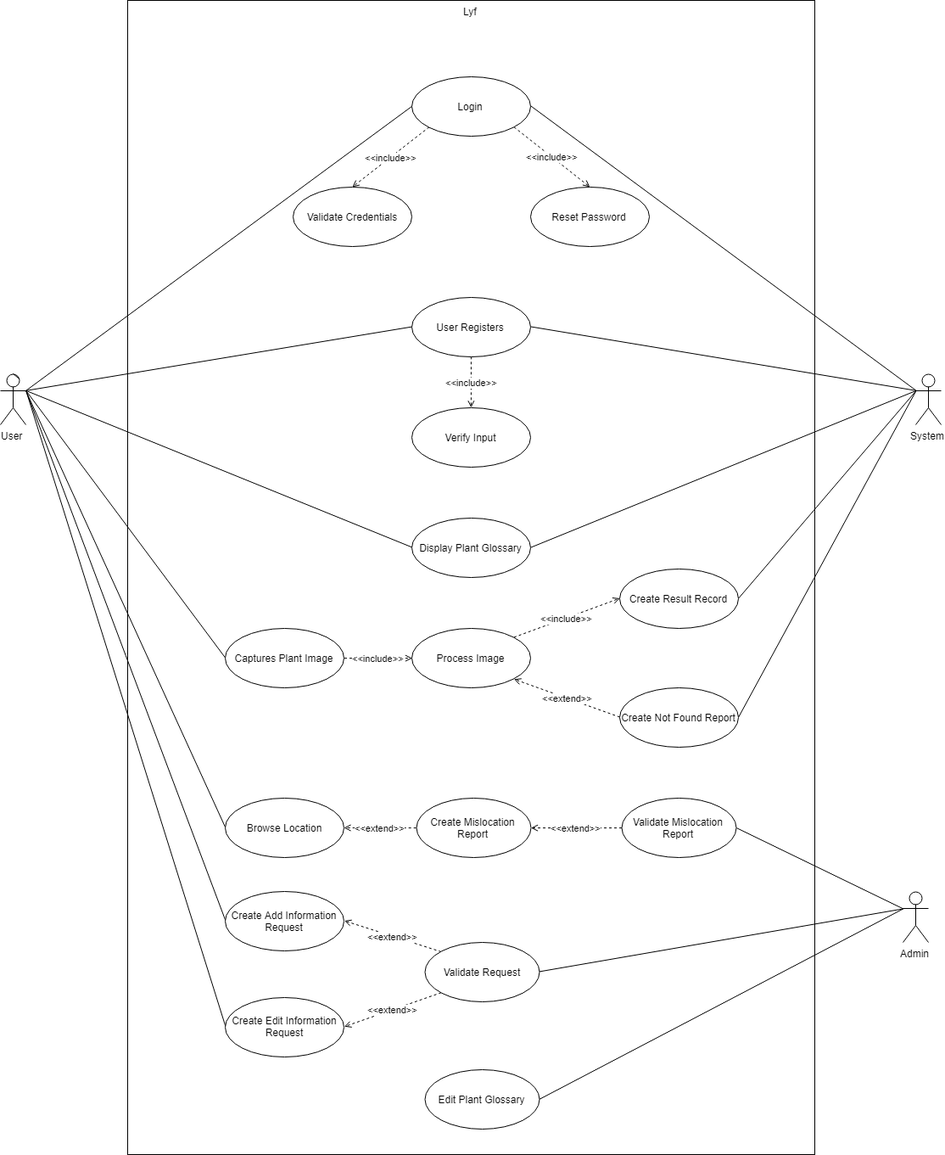
Earlier version of the draw.io export Documentations/Diagrams (Midterms)/Use Case Diagram/Use Case Diagram.png (seans888/project--lyf). Source tidied: cells renumbered, new cells last; positions are measured from the earlier drawing's top-left corner, leaving out a move shared by most shapes.
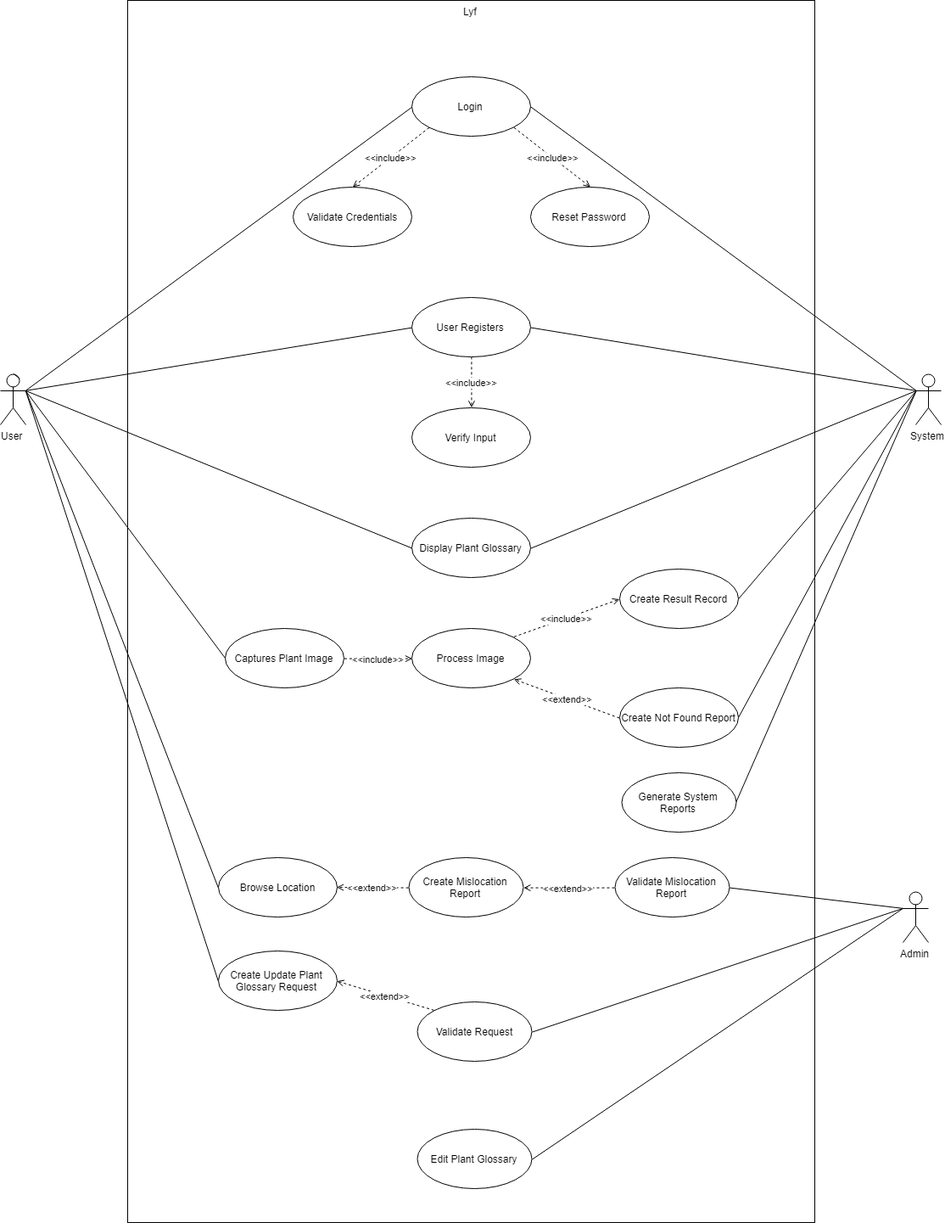
Later version of the same file.

Commit message:
generate report added

What changed in the source:
```diff
@@ -3,7 +3,7 @@
     <mxCell id="0" />
     <mxCell id="1" parent="0" />
     <mxCell id="2" value="Lyf" style="html=1;verticalAlign=top;" parent="1" vertex="1">
-      <mxGeometry x="150" width="810" height="1360" as="geometry" />
+      <mxGeometry x="150" width="810" height="1440" as="geometry" />
     </mxCell>
     <mxCell id="3" style="rounded=0;jettySize=auto;html=1;exitX=1;exitY=0.3333333333333333;exitDx=0;exitDy=0;exitPerimeter=0;entryX=0;entryY=0.5;entryDx=0;entryDy=0;endArrow=none;endFill=0;" parent="1" edge="1" source="6" target="9">
       <mxGeometry relative="1" as="geometry" />
@@ -93,7 +93,7 @@
       <mxGeometry relative="1" as="geometry" />
     </mxCell>
     <mxCell id="32" value="Create Mislocation Report" style="ellipse;whiteSpace=wrap;html=1;" parent="1" vertex="1">
-      <mxGeometry x="490" y="940" width="135" height="70" as="geometry" />
+      <mxGeometry x="481.5" y="1010" width="135" height="70" as="geometry" />
     </mxCell>
     <mxCell id="33" style="edgeStyle=none;rounded=0;jettySize=auto;html=1;exitX=0;exitY=0.5;exitDx=0;exitDy=0;endArrow=none;endFill=0;" parent="1" edge="1" source="34">
       <mxGeometry relative="1" as="geometry">
@@ -101,37 +101,28 @@
       </mxGeometry>
     </mxCell>
     <mxCell id="34" value="Browse Location" style="ellipse;whiteSpace=wrap;html=1;" parent="1" vertex="1">
-      <mxGeometry x="265" y="940" width="140" height="70" as="geometry" />
+      <mxGeometry x="256.5" y="1010" width="140" height="70" as="geometry" />
     </mxCell>
     <mxCell id="35" value="&amp;lt;&amp;lt;extend&amp;gt;&amp;gt;" style="edgeStyle=none;rounded=0;jettySize=auto;html=1;exitX=0;exitY=0.5;exitDx=0;exitDy=0;entryX=1;entryY=0.5;entryDx=0;entryDy=0;dashed=1;endArrow=open;endFill=0;" parent="1" edge="1" source="36" target="32">
       <mxGeometry relative="1" as="geometry" />
     </mxCell>
     <mxCell id="36" value="Validate Mislocation Report" style="ellipse;whiteSpace=wrap;html=1;" parent="1" vertex="1">
-      <mxGeometry x="732.5" y="940" width="135" height="70" as="geometry" />
+      <mxGeometry x="724" y="1010" width="135" height="70" as="geometry" />
     </mxCell>
     <mxCell id="37" style="edgeStyle=none;rounded=0;jettySize=auto;html=1;exitX=0;exitY=0.5;exitDx=0;exitDy=0;entryX=1;entryY=0.3333333333333333;entryDx=0;entryDy=0;entryPerimeter=0;endArrow=none;endFill=0;" parent="1" edge="1" source="38" target="6">
       <mxGeometry relative="1" as="geometry" />
     </mxCell>
-    <mxCell id="38" value="Create Add Information Request" style="ellipse;whiteSpace=wrap;html=1;" parent="1" vertex="1">
-      <mxGeometry x="265" y="1050" width="140" height="70" as="geometry" />
+    <mxCell id="38" value="Create Update Plant Glossary Request" style="ellipse;whiteSpace=wrap;html=1;" parent="1" vertex="1">
+      <mxGeometry x="256.5" y="1120" width="140" height="70" as="geometry" />
     </mxCell>
-    <mxCell id="39" style="edgeStyle=none;rounded=0;jettySize=auto;html=1;exitX=0;exitY=0.5;exitDx=0;exitDy=0;entryX=1;entryY=0.3333333333333333;entryDx=0;entryDy=0;entryPerimeter=0;endArrow=none;endFill=0;" parent="1" edge="1" source="40" target="6">
-      <mxGeometry relative="1" as="geometry" />
-    </mxCell>
-    <mxCell id="40" value="Create Edit Information&lt;br&gt;Request&lt;br&gt;" style="ellipse;whiteSpace=wrap;html=1;" parent="1" vertex="1">
-      <mxGeometry x="265" y="1174.5" width="140" height="70" as="geometry" />
-    </mxCell>
     <mxCell id="41" value="&amp;lt;&amp;lt;extend&amp;gt;&amp;gt;" style="edgeStyle=none;rounded=0;jettySize=auto;html=1;exitX=0;exitY=0;exitDx=0;exitDy=0;entryX=1;entryY=0.5;entryDx=0;entryDy=0;dashed=1;endArrow=open;endFill=0;" parent="1" edge="1" source="44" target="38">
       <mxGeometry relative="1" as="geometry" />
     </mxCell>
-    <mxCell id="42" value="&amp;lt;&amp;lt;extend&amp;gt;&amp;gt;" style="edgeStyle=none;rounded=0;jettySize=auto;html=1;exitX=0;exitY=1;exitDx=0;exitDy=0;entryX=1;entryY=0.5;entryDx=0;entryDy=0;dashed=1;endArrow=open;endFill=0;" parent="1" edge="1" source="44" target="40">
-      <mxGeometry relative="1" as="geometry" />
-    </mxCell>
     <mxCell id="43" style="edgeStyle=none;rounded=0;jettySize=auto;html=1;exitX=1;exitY=0.5;exitDx=0;exitDy=0;entryX=0;entryY=0.3333333333333333;entryDx=0;entryDy=0;entryPerimeter=0;endArrow=none;endFill=0;" parent="1" edge="1" source="44" target="46">
       <mxGeometry relative="1" as="geometry" />
     </mxCell>
     <mxCell id="44" value="Validate Request" style="ellipse;whiteSpace=wrap;html=1;" parent="1" vertex="1">
-      <mxGeometry x="500" y="1110" width="135" height="70" as="geometry" />
+      <mxGeometry x="491.5" y="1180" width="135" height="70" as="geometry" />
     </mxCell>
     <mxCell id="45" style="edgeStyle=none;rounded=0;jettySize=auto;html=1;exitX=0;exitY=0.3333333333333333;exitDx=0;exitDy=0;exitPerimeter=0;entryX=1;entryY=0.5;entryDx=0;entryDy=0;endArrow=none;endFill=0;" parent="1" edge="1" source="46" target="36">
       <mxGeometry relative="1" as="geometry" />
@@ -143,7 +134,13 @@
       <mxGeometry relative="1" as="geometry" />
     </mxCell>
     <mxCell id="48" value="Edit Plant Glossary" style="ellipse;whiteSpace=wrap;html=1;" parent="1" vertex="1">
-      <mxGeometry x="500" y="1260" width="135" height="70" as="geometry" />
+      <mxGeometry x="491.5" y="1330" width="135" height="70" as="geometry" />
     </mxCell>
+    <mxCell id="49" style="edgeStyle=none;rounded=0;jettySize=auto;html=1;exitX=1;exitY=0.5;exitDx=0;exitDy=0;entryX=0;entryY=0.3333333333333333;entryDx=0;entryDy=0;entryPerimeter=0;endArrow=none;endFill=0;" parent="1" edge="1" source="50" target="13">
+      <mxGeometry relative="1" as="geometry" />
+    </mxCell>
+    <mxCell id="50" value="Generate System Reports" style="ellipse;whiteSpace=wrap;html=1;" parent="1" vertex="1">
+      <mxGeometry x="732.5" y="910" width="135" height="70" as="geometry" />
+    </mxCell>
   </root>
 </mxGraphModel>
```
